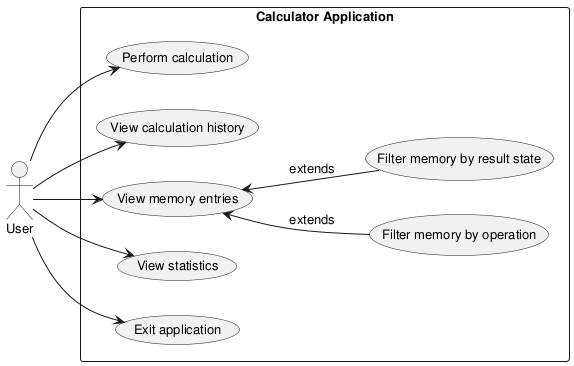
This is experiments/supervisor_as_tools/user_stories/calculator/artifacts/use_case_diagram.png from DanielRiha8906/Software_autoevolution_using_agents, a PlantUML export, as it was before one commit.
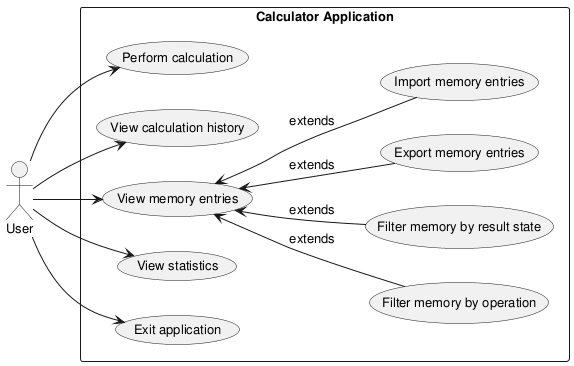
After the change.

What changed in the source:
```diff
@@ -12,6 +12,8 @@
     usecase "View memory entries" as UC_Memory
     usecase "Filter memory by operation" as UC_FilterOp
     usecase "Filter memory by result state" as UC_FilterSuccess
+    usecase "Export memory entries" as UC_Export
+    usecase "Import memory entries" as UC_Import
     usecase "View statistics" as UC_Stats
     usecase "Exit application" as UC_Exit
 
@@ -22,6 +24,8 @@
 User --> UC_Memory
 UC_Memory <-- UC_FilterOp : extends
 UC_Memory <-- UC_FilterSuccess : extends
+UC_Memory <-- UC_Export : extends
+UC_Memory <-- UC_Import : extends
 User --> UC_Stats
 User --> UC_Exit
 
```
